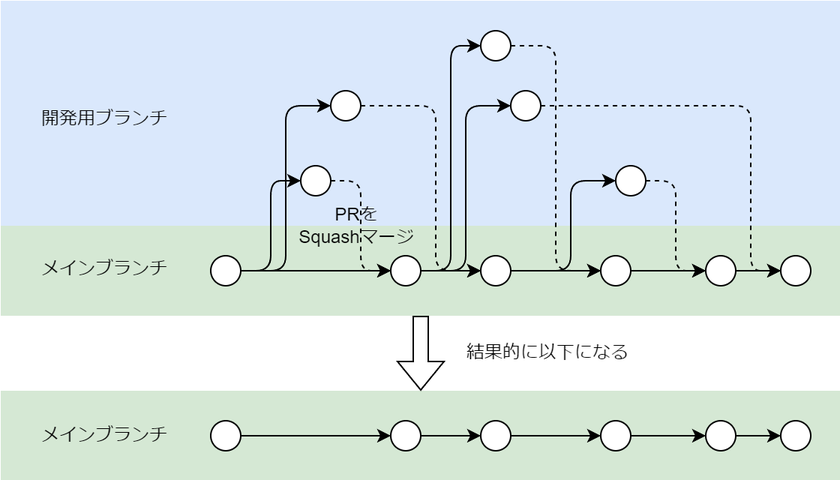
Earlier version of the draw.io export images/mobile-trunk-based-release-strategy/development-flow.png (shotaIDE/zenn). Source tidied: cells renumbered, new cells last; positions are measured from the earlier drawing's top-left corner, leaving out a move shared by most shapes.
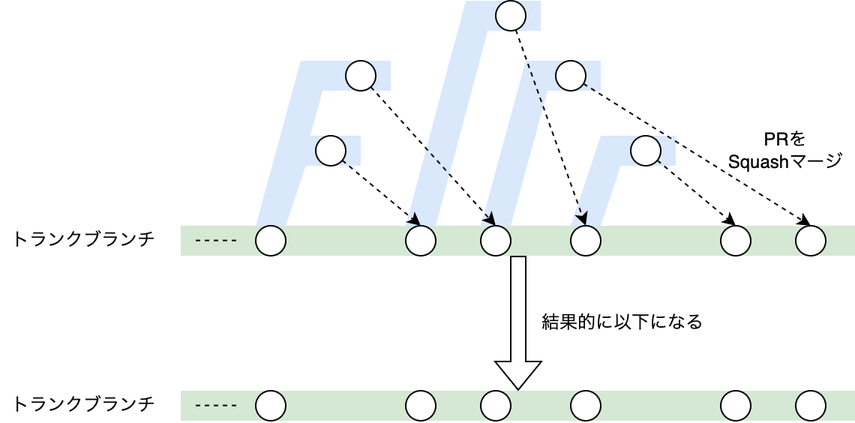
Later version of the same file.

Diff of the diagram source:
```diff
@@ -2,158 +2,149 @@
   <root>
     <mxCell id="0" />
     <mxCell id="1" parent="0" />
-    <mxCell id="2" style="rounded=0;whiteSpace=wrap;html=1;fillColor=#dae8fc;strokeColor=none;" parent="1" vertex="1">
-      <mxGeometry width="560" height="150" as="geometry" />
+    <mxCell id="2" style="rounded=0;whiteSpace=wrap;html=1;fillColor=#d5e8d4;strokeColor=none;" parent="1" vertex="1">
+      <mxGeometry x="120" y="170" width="450" height="20" as="geometry" />
     </mxCell>
-    <mxCell id="3" style="rounded=0;whiteSpace=wrap;html=1;fillColor=#d5e8d4;strokeColor=none;" parent="1" vertex="1">
-      <mxGeometry y="150" width="560" height="60" as="geometry" />
+    <mxCell id="3" style="group;" parent="1" vertex="1">
+      <mxGeometry x="380" y="110" width="70" height="60" as="geometry" />
     </mxCell>
-    <mxCell id="4" style="edgeStyle=orthogonalEdgeStyle;rounded=0;jettySize=auto;html=1;entryX=0;entryY=0.5;entryDx=0;entryDy=0;" parent="1" edge="1" source="7" target="13">
-      <mxGeometry relative="1" as="geometry" />
+    <mxCell id="4" style="rounded=0;whiteSpace=wrap;html=1;fillColor=#dae8fc;strokeColor=none;" parent="3" vertex="1">
+      <mxGeometry x="20" width="50" height="20" as="geometry" />
     </mxCell>
-    <mxCell id="5" style="edgeStyle=orthogonalEdgeStyle;rounded=1;jettySize=auto;html=1;entryX=0;entryY=0.5;entryDx=0;entryDy=0;curved=0;" parent="1" edge="1" source="7" target="9">
-      <mxGeometry relative="1" as="geometry" />
+    <mxCell id="5" style="shape=parallelogram;perimeter=parallelogramPerimeter;whiteSpace=wrap;html=1;fixedSize=1;fillColor=#dae8fc;strokeColor=none;" parent="3" vertex="1">
+      <mxGeometry width="40" height="60" as="geometry" />
     </mxCell>
-    <mxCell id="6" style="edgeStyle=orthogonalEdgeStyle;rounded=1;jettySize=auto;html=1;entryX=0;entryY=0.5;entryDx=0;entryDy=0;curved=0;" parent="1" edge="1" source="7" target="19">
-      <mxGeometry relative="1" as="geometry" />
+    <mxCell id="6" style="group;" parent="1" vertex="1">
+      <mxGeometry x="320" y="60" width="80" height="110" as="geometry" />
     </mxCell>
-    <mxCell id="7" style="ellipse;whiteSpace=wrap;html=1;" parent="1" vertex="1">
-      <mxGeometry x="140" y="170" width="20" height="20" as="geometry" />
+    <mxCell id="7" style="rounded=0;whiteSpace=wrap;html=1;fillColor=#dae8fc;strokeColor=none;" parent="6" vertex="1">
+      <mxGeometry x="30" width="50" height="20" as="geometry" />
     </mxCell>
-    <mxCell id="8" style="edgeStyle=orthogonalEdgeStyle;rounded=1;jettySize=auto;html=1;entryX=0;entryY=0.5;entryDx=0;entryDy=0;curved=0;dashed=1;" parent="1" edge="1" source="9" target="13">
-      <mxGeometry relative="1" as="geometry" />
+    <mxCell id="8" style="shape=parallelogram;perimeter=parallelogramPerimeter;whiteSpace=wrap;html=1;fixedSize=1;fillColor=#dae8fc;strokeColor=none;size=30;" parent="6" vertex="1">
+      <mxGeometry width="50" height="110" as="geometry" />
     </mxCell>
-    <mxCell id="9" style="ellipse;whiteSpace=wrap;html=1;" parent="1" vertex="1">
-      <mxGeometry x="200" y="110" width="20" height="20" as="geometry" />
+    <mxCell id="9" style="group;" parent="1" vertex="1">
+      <mxGeometry x="270" y="20" width="90" height="150" as="geometry" />
     </mxCell>
-    <mxCell id="10" style="edgeStyle=orthogonalEdgeStyle;rounded=1;jettySize=auto;html=1;entryX=0;entryY=0.5;entryDx=0;entryDy=0;curved=0;" parent="1" edge="1" source="13" target="21">
-      <mxGeometry relative="1" as="geometry" />
+    <mxCell id="10" style="rounded=0;whiteSpace=wrap;html=1;fillColor=#dae8fc;strokeColor=none;" parent="9" vertex="1">
+      <mxGeometry x="40" width="50" height="20" as="geometry" />
     </mxCell>
-    <mxCell id="11" style="edgeStyle=orthogonalEdgeStyle;rounded=0;jettySize=auto;html=1;entryX=0;entryY=0.5;entryDx=0;entryDy=0;" parent="1" edge="1" source="13" target="26">
-      <mxGeometry relative="1" as="geometry" />
+    <mxCell id="11" style="shape=parallelogram;perimeter=parallelogramPerimeter;whiteSpace=wrap;html=1;fixedSize=1;fillColor=#dae8fc;strokeColor=none;size=40;" parent="9" vertex="1">
+      <mxGeometry width="60" height="150" as="geometry" />
     </mxCell>
-    <mxCell id="12" style="edgeStyle=orthogonalEdgeStyle;rounded=1;jettySize=auto;html=1;entryX=0;entryY=0.5;entryDx=0;entryDy=0;curved=0;" parent="1" edge="1" source="13" target="28">
-      <mxGeometry relative="1" as="geometry" />
+    <mxCell id="12" style="group;" parent="1" vertex="1">
+      <mxGeometry x="170" y="110" width="70" height="60" as="geometry" />
     </mxCell>
-    <mxCell id="13" style="ellipse;whiteSpace=wrap;html=1;" parent="1" vertex="1">
-      <mxGeometry x="260" y="170" width="20" height="20" as="geometry" />
+    <mxCell id="13" style="rounded=0;whiteSpace=wrap;html=1;fillColor=#dae8fc;strokeColor=none;" parent="12" vertex="1">
+      <mxGeometry x="20" width="50" height="20" as="geometry" />
     </mxCell>
-    <mxCell id="14" style="edgeStyle=orthogonalEdgeStyle;rounded=0;jettySize=auto;html=1;" parent="1" edge="1" source="15" target="17">
-      <mxGeometry relative="1" as="geometry" />
+    <mxCell id="14" style="shape=parallelogram;perimeter=parallelogramPerimeter;whiteSpace=wrap;html=1;fixedSize=1;fillColor=#dae8fc;strokeColor=none;" parent="12" vertex="1">
+      <mxGeometry width="40" height="60" as="geometry" />
     </mxCell>
-    <mxCell id="15" style="ellipse;whiteSpace=wrap;html=1;" parent="1" vertex="1">
-      <mxGeometry x="400" y="170" width="20" height="20" as="geometry" />
+    <mxCell id="15" style="group;" parent="1" vertex="1">
+      <mxGeometry x="170" y="60" width="90" height="110" as="geometry" />
     </mxCell>
-    <mxCell id="16" style="edgeStyle=orthogonalEdgeStyle;rounded=0;jettySize=auto;html=1;" parent="1" edge="1" source="17" target="29">
-      <mxGeometry relative="1" as="geometry" />
+    <mxCell id="16" style="rounded=0;whiteSpace=wrap;html=1;fillColor=#dae8fc;strokeColor=none;" parent="15" vertex="1">
+      <mxGeometry x="40" width="50" height="20" as="geometry" />
     </mxCell>
-    <mxCell id="17" style="ellipse;whiteSpace=wrap;html=1;" parent="1" vertex="1">
-      <mxGeometry x="470" y="170" width="20" height="20" as="geometry" />
+    <mxCell id="17" style="shape=parallelogram;perimeter=parallelogramPerimeter;whiteSpace=wrap;html=1;fixedSize=1;fillColor=#dae8fc;strokeColor=none;size=30;" parent="15" vertex="1">
+      <mxGeometry width="50" height="110" as="geometry" />
     </mxCell>
-    <mxCell id="18" style="edgeStyle=orthogonalEdgeStyle;rounded=1;jettySize=auto;html=1;entryX=0;entryY=0.5;entryDx=0;entryDy=0;curved=0;dashed=1;" parent="1" edge="1" source="19" target="26">
-      <mxGeometry relative="1" as="geometry">
-        <Array as="points">
-          <mxPoint x="290" y="70" />
-          <mxPoint x="290" y="180" />
-        </Array>
-      </mxGeometry>
+    <mxCell id="18" style="ellipse;whiteSpace=wrap;html=1;" parent="1" vertex="1">
+      <mxGeometry x="170" y="170" width="20" height="20" as="geometry" />
     </mxCell>
-    <mxCell id="19" style="ellipse;whiteSpace=wrap;html=1;" parent="1" vertex="1">
-      <mxGeometry x="220" y="60" width="20" height="20" as="geometry" />
+    <mxCell id="19" style="rounded=0;jettySize=auto;html=1;entryX=0.5;entryY=0;entryDx=0;entryDy=0;dashed=1;" parent="1" edge="1" source="20" target="21">
+      <mxGeometry relative="1" as="geometry" />
     </mxCell>
-    <mxCell id="20" style="edgeStyle=orthogonalEdgeStyle;rounded=1;jettySize=auto;html=1;entryX=0;entryY=0.5;entryDx=0;entryDy=0;curved=0;dashed=1;" parent="1" edge="1" source="21" target="15">
-      <mxGeometry relative="1" as="geometry" />
+    <mxCell id="20" style="ellipse;whiteSpace=wrap;html=1;" parent="1" vertex="1">
+      <mxGeometry x="210" y="110" width="20" height="20" as="geometry" />
     </mxCell>
     <mxCell id="21" style="ellipse;whiteSpace=wrap;html=1;" parent="1" vertex="1">
-      <mxGeometry x="320" y="20" width="20" height="20" as="geometry" />
+      <mxGeometry x="270" y="170" width="20" height="20" as="geometry" />
     </mxCell>
-    <mxCell id="22" style="edgeStyle=orthogonalEdgeStyle;rounded=1;jettySize=auto;html=1;entryX=0;entryY=0.5;entryDx=0;entryDy=0;curved=0;dashed=1;" parent="1" edge="1" source="23" target="17">
-      <mxGeometry relative="1" as="geometry" />
+    <mxCell id="22" style="ellipse;whiteSpace=wrap;html=1;" parent="1" vertex="1">
+      <mxGeometry x="380" y="170" width="20" height="20" as="geometry" />
     </mxCell>
     <mxCell id="23" style="ellipse;whiteSpace=wrap;html=1;" parent="1" vertex="1">
-      <mxGeometry x="410" y="110" width="20" height="20" as="geometry" />
+      <mxGeometry x="480" y="170" width="20" height="20" as="geometry" />
     </mxCell>
-    <mxCell id="24" style="edgeStyle=orthogonalEdgeStyle;rounded=1;jettySize=auto;html=1;entryX=0;entryY=0.5;entryDx=0;entryDy=0;curved=0;" parent="1" edge="1" source="26" target="23">
-      <mxGeometry relative="1" as="geometry">
-        <Array as="points">
-          <mxPoint x="380" y="180" />
-          <mxPoint x="380" y="120" />
-        </Array>
-      </mxGeometry>
+    <mxCell id="24" style="rounded=1;jettySize=auto;html=1;entryX=0.5;entryY=0;entryDx=0;entryDy=0;dashed=1;" parent="1" edge="1" source="25" target="29">
+      <mxGeometry relative="1" as="geometry" />
     </mxCell>
-    <mxCell id="25" style="edgeStyle=orthogonalEdgeStyle;rounded=0;jettySize=auto;html=1;entryX=0;entryY=0.5;entryDx=0;entryDy=0;" parent="1" edge="1" source="26" target="15">
-      <mxGeometry relative="1" as="geometry" />
+    <mxCell id="25" style="ellipse;whiteSpace=wrap;html=1;" parent="1" vertex="1">
+      <mxGeometry x="230" y="60" width="20" height="20" as="geometry" />
     </mxCell>
     <mxCell id="26" style="ellipse;whiteSpace=wrap;html=1;" parent="1" vertex="1">
-      <mxGeometry x="320" y="170" width="20" height="20" as="geometry" />
+      <mxGeometry x="330" y="20" width="20" height="20" as="geometry" />
     </mxCell>
-    <mxCell id="27" style="edgeStyle=orthogonalEdgeStyle;rounded=1;jettySize=auto;html=1;entryX=0;entryY=0.5;entryDx=0;entryDy=0;curved=0;dashed=1;" parent="1" edge="1" source="28" target="29">
-      <mxGeometry relative="1" as="geometry">
-        <Array as="points">
-          <mxPoint x="500" y="70" />
-          <mxPoint x="500" y="180" />
-        </Array>
-      </mxGeometry>
+    <mxCell id="27" style="rounded=1;jettySize=auto;html=1;entryX=0.5;entryY=0;entryDx=0;entryDy=0;dashed=1;" parent="1" edge="1" source="28" target="23">
+      <mxGeometry relative="1" as="geometry" />
     </mxCell>
     <mxCell id="28" style="ellipse;whiteSpace=wrap;html=1;" parent="1" vertex="1">
-      <mxGeometry x="340" y="60" width="20" height="20" as="geometry" />
+      <mxGeometry x="420" y="110" width="20" height="20" as="geometry" />
     </mxCell>
     <mxCell id="29" style="ellipse;whiteSpace=wrap;html=1;" parent="1" vertex="1">
-      <mxGeometry x="520" y="170" width="20" height="20" as="geometry" />
+      <mxGeometry x="320" y="170" width="20" height="20" as="geometry" />
     </mxCell>
-    <mxCell id="30" style="rounded=0;whiteSpace=wrap;html=1;fillColor=#d5e8d4;strokeColor=none;" parent="1" vertex="1">
-      <mxGeometry y="260" width="560" height="60" as="geometry" />
+    <mxCell id="30" style="rounded=1;jettySize=auto;html=1;entryX=0.5;entryY=0;entryDx=0;entryDy=0;dashed=1;" parent="1" edge="1" source="31" target="32">
+      <mxGeometry relative="1" as="geometry" />
     </mxCell>
-    <mxCell id="31" style="edgeStyle=orthogonalEdgeStyle;rounded=0;jettySize=auto;html=1;entryX=0;entryY=0.5;entryDx=0;entryDy=0;" parent="1" edge="1" source="32" target="34">
-      <mxGeometry relative="1" as="geometry" />
+    <mxCell id="31" style="ellipse;whiteSpace=wrap;html=1;" parent="1" vertex="1">
+      <mxGeometry x="370" y="60" width="20" height="20" as="geometry" />
     </mxCell>
     <mxCell id="32" style="ellipse;whiteSpace=wrap;html=1;" parent="1" vertex="1">
-      <mxGeometry x="140" y="280" width="20" height="20" as="geometry" />
+      <mxGeometry x="530" y="170" width="20" height="20" as="geometry" />
     </mxCell>
-    <mxCell id="33" style="edgeStyle=orthogonalEdgeStyle;rounded=0;jettySize=auto;html=1;entryX=0;entryY=0.5;entryDx=0;entryDy=0;" parent="1" edge="1" source="34" target="40">
-      <mxGeometry relative="1" as="geometry" />
+    <mxCell id="33" style="rounded=0;whiteSpace=wrap;html=1;fillColor=#d5e8d4;strokeColor=none;" parent="1" vertex="1">
+      <mxGeometry x="120" y="280" width="450" height="20" as="geometry" />
     </mxCell>
     <mxCell id="34" style="ellipse;whiteSpace=wrap;html=1;" parent="1" vertex="1">
-      <mxGeometry x="260" y="280" width="20" height="20" as="geometry" />
+      <mxGeometry x="170" y="280" width="20" height="20" as="geometry" />
     </mxCell>
-    <mxCell id="35" style="edgeStyle=orthogonalEdgeStyle;rounded=0;jettySize=auto;html=1;" parent="1" edge="1" source="36" target="38">
-      <mxGeometry relative="1" as="geometry" />
+    <mxCell id="35" style="ellipse;whiteSpace=wrap;html=1;" parent="1" vertex="1">
+      <mxGeometry x="270" y="280" width="20" height="20" as="geometry" />
     </mxCell>
     <mxCell id="36" style="ellipse;whiteSpace=wrap;html=1;" parent="1" vertex="1">
-      <mxGeometry x="400" y="280" width="20" height="20" as="geometry" />
+      <mxGeometry x="380" y="280" width="20" height="20" as="geometry" />
     </mxCell>
-    <mxCell id="37" style="edgeStyle=orthogonalEdgeStyle;rounded=0;jettySize=auto;html=1;" parent="1" edge="1" source="38" target="41">
-      <mxGeometry relative="1" as="geometry" />
+    <mxCell id="37" style="ellipse;whiteSpace=wrap;html=1;" parent="1" vertex="1">
+      <mxGeometry x="480" y="280" width="20" height="20" as="geometry" />
     </mxCell>
     <mxCell id="38" style="ellipse;whiteSpace=wrap;html=1;" parent="1" vertex="1">
-      <mxGeometry x="470" y="280" width="20" height="20" as="geometry" />
+      <mxGeometry x="320" y="280" width="20" height="20" as="geometry" />
     </mxCell>
-    <mxCell id="39" style="edgeStyle=orthogonalEdgeStyle;rounded=0;jettySize=auto;html=1;entryX=0;entryY=0.5;entryDx=0;entryDy=0;" parent="1" edge="1" source="40" target="36">
-      <mxGeometry relative="1" as="geometry" />
+    <mxCell id="39" style="ellipse;whiteSpace=wrap;html=1;" parent="1" vertex="1">
+      <mxGeometry x="530" y="280" width="20" height="20" as="geometry" />
     </mxCell>
-    <mxCell id="40" style="ellipse;whiteSpace=wrap;html=1;" parent="1" vertex="1">
-      <mxGeometry x="320" y="280" width="20" height="20" as="geometry" />
+    <mxCell id="40" value="トランクブランチ" style="text;html=1;strokeColor=none;fillColor=none;align=center;verticalAlign=middle;whiteSpace=wrap;rounded=0;" parent="1" vertex="1">
+      <mxGeometry y="278.8" width="111" height="22.5" as="geometry" />
     </mxCell>
-    <mxCell id="41" style="ellipse;whiteSpace=wrap;html=1;" parent="1" vertex="1">
-      <mxGeometry x="520" y="280" width="20" height="20" as="geometry" />
+    <mxCell id="41" style="shape=flexArrow;endArrow=classic;html=1;rounded=0;exitX=0.5;exitY=1;exitDx=0;exitDy=0;" parent="1" edge="1" source="2" target="33">
+      <mxGeometry relative="1" as="geometry" />
     </mxCell>
-    <mxCell id="42" value="メインブランチ" style="text;html=1;strokeColor=none;fillColor=none;align=center;verticalAlign=middle;whiteSpace=wrap;rounded=0;" parent="1" vertex="1">
-      <mxGeometry x="14.5" y="278.8" width="111" height="22.5" as="geometry" />
+    <mxCell id="42" value="結果的に以下になる" style="text;html=1;align=center;verticalAlign=middle;whiteSpace=wrap;rounded=0;" parent="1" vertex="1">
+      <mxGeometry x="350" y="220" width="130" height="30" as="geometry" />
     </mxCell>
-    <mxCell id="43" style="shape=flexArrow;endArrow=classic;html=1;rounded=0;exitX=0.5;exitY=1;exitDx=0;exitDy=0;" parent="1" edge="1" source="3" target="30">
-      <mxGeometry relative="1" as="geometry" />
+    <mxCell id="43" value="トランクブランチ" style="text;html=1;strokeColor=none;fillColor=none;align=center;verticalAlign=middle;whiteSpace=wrap;rounded=0;" parent="1" vertex="1">
+      <mxGeometry y="168.8" width="111" height="22.5" as="geometry" />
     </mxCell>
-    <mxCell id="44" value="結果的に以下になる" style="text;html=1;align=center;verticalAlign=middle;whiteSpace=wrap;rounded=0;" parent="1" vertex="1">
-      <mxGeometry x="300" y="220" width="130" height="30" as="geometry" />
+    <mxCell id="44" value="PRを&lt;div&gt;Squashマージ&lt;/div&gt;" style="text;html=1;align=center;verticalAlign=middle;whiteSpace=wrap;rounded=0;" parent="1" vertex="1">
+      <mxGeometry x="475.5" y="100" width="94.5" height="40" as="geometry" />
     </mxCell>
-    <mxCell id="45" value="開発用ブランチ" style="text;html=1;strokeColor=none;fillColor=none;align=center;verticalAlign=middle;whiteSpace=wrap;rounded=0;" parent="1" vertex="1">
-      <mxGeometry x="19.5" y="68.8" width="101" height="20" as="geometry" />
+    <mxCell id="45" style="rounded=1;jettySize=auto;html=1;entryX=0.5;entryY=0;entryDx=0;entryDy=0;dashed=1;" parent="1" edge="1" source="26" target="22">
+      <mxGeometry relative="1" as="geometry" />
     </mxCell>
-    <mxCell id="46" value="メインブランチ" style="text;html=1;strokeColor=none;fillColor=none;align=center;verticalAlign=middle;whiteSpace=wrap;rounded=0;" parent="1" vertex="1">
-      <mxGeometry x="14.5" y="167.5" width="111" height="22.5" as="geometry" />
+    <mxCell id="46" style="endArrow=none;html=1;rounded=0;dashed=1;" parent="1" edge="1">
+      <mxGeometry relative="1" as="geometry">
+        <mxPoint x="130" y="179.8" as="sourcePoint" />
+        <mxPoint x="160" y="179.8" as="targetPoint" />
+      </mxGeometry>
     </mxCell>
-    <mxCell id="47" value="PRを&lt;div&gt;Squashマージ&lt;/div&gt;" style="text;html=1;align=center;verticalAlign=middle;whiteSpace=wrap;rounded=0;" parent="1" vertex="1">
-      <mxGeometry x="190" y="130" width="94.5" height="40" as="geometry" />
+    <mxCell id="47" style="endArrow=none;html=1;rounded=0;dashed=1;" parent="1" edge="1">
+      <mxGeometry relative="1" as="geometry">
+        <mxPoint x="130" y="289.8" as="sourcePoint" />
+        <mxPoint x="160" y="289.8" as="targetPoint" />
+      </mxGeometry>
     </mxCell>
   </root>
 </mxGraphModel>
```
